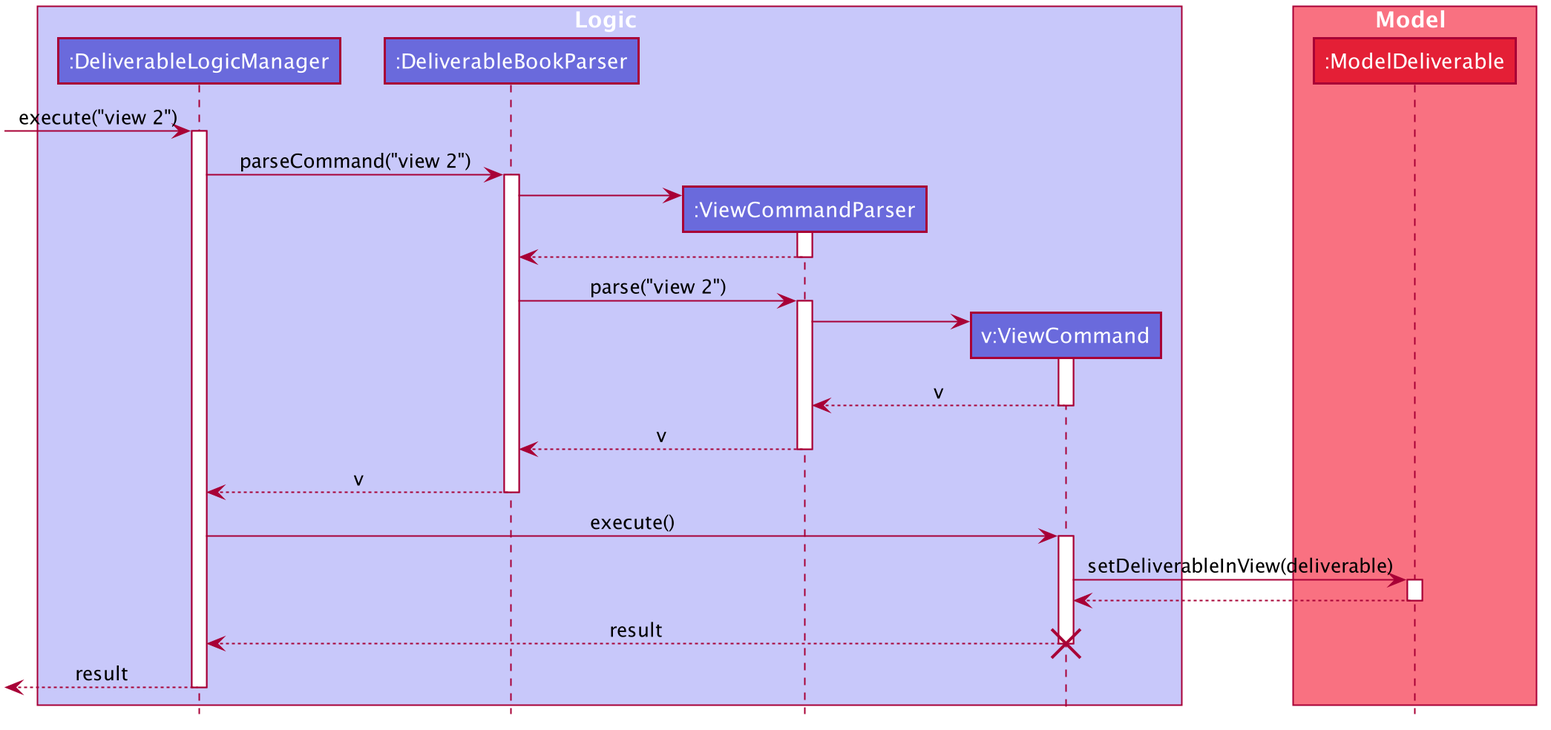
Earlier version of the PlantUML export docs/images/ViewCommandSequenceDiagram.png (shadowezz/Productiv).
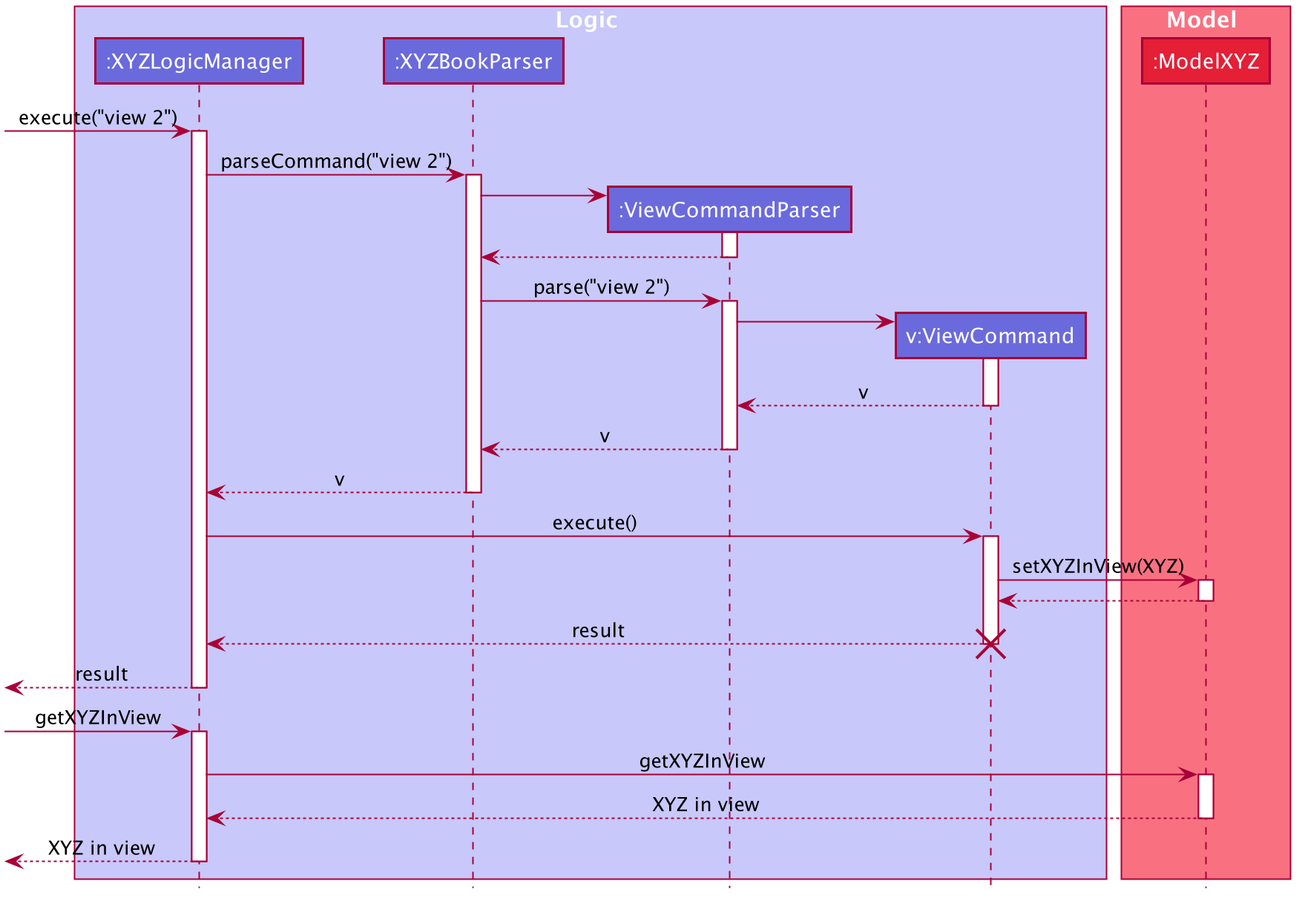
After the commit.

Commit message:
Add implementation of view and done in DG.

What changed in the source:
```diff
@@ -49,30 +49,30 @@
 hide circle
 
 box Logic #C8C8FA
-participant ":DeliverableLogicManager" as DeliverableLogicManager #6A6ADC
-participant ":DeliverableBookParser" as DeliverableBookParser #6A6ADC
+participant ":XYZLogicManager" as XYZLogicManager #6A6ADC
+participant ":XYZBookParser" as XYZBookParser #6A6ADC
 participant ":ViewCommandParser" as ViewCommandParser #6A6ADC
 participant "v:ViewCommand" as ViewCommand #6A6ADC
 end box
 
 box Model #F97181
-participant ":ModelDeliverable" as ModelDeliverable #E41F36
+participant ":ModelXYZ" as ModelXYZ #E41F36
 end box
 
-[-> DeliverableLogicManager : execute("view 2")
-activate DeliverableLogicManager
+[-> XYZLogicManager : execute("view 2")
+activate XYZLogicManager
 
-DeliverableLogicManager -> DeliverableBookParser : parseCommand("view 2")
-activate DeliverableBookParser
+XYZLogicManager -> XYZBookParser : parseCommand("view 2")
+activate XYZBookParser
 
 create ViewCommandParser
-DeliverableBookParser -> ViewCommandParser
+XYZBookParser -> ViewCommandParser
 activate ViewCommandParser
 
-ViewCommandParser --> DeliverableBookParser
+ViewCommandParser --> XYZBookParser
 deactivate ViewCommandParser
 
-DeliverableBookParser -> ViewCommandParser : parse("view 2")
+XYZBookParser -> ViewCommandParser : parse("view 2")
 activate ViewCommandParser
 
 create ViewCommand
@@ -82,26 +82,37 @@
 ViewCommand --> ViewCommandParser : v
 deactivate ViewCommand
 
-ViewCommandParser --> DeliverableBookParser : v
+ViewCommandParser --> XYZBookParser : v
 deactivate ViewCommandParser
 
-DeliverableBookParser --> DeliverableLogicManager : v
-deactivate DeliverableBookParser
+XYZBookParser --> XYZLogicManager : v
+deactivate XYZBookParser
 
-DeliverableLogicManager -> ViewCommand : execute()
+XYZLogicManager -> ViewCommand : execute()
 activate ViewCommand
 
-ViewCommand -> ModelDeliverable : setDeliverableInView(deliverable)
-activate ModelDeliverable
+ViewCommand -> ModelXYZ : setXYZInView(XYZ)
+activate ModelXYZ
 
-ModelDeliverable --> ViewCommand
-deactivate ModelDeliverable
+ModelXYZ --> ViewCommand
+deactivate ModelXYZ
 
-ViewCommand --> DeliverableLogicManager : result
+ViewCommand --> XYZLogicManager : result
 deactivate ViewCommand
 destroy ViewCommand
 
-[<-- DeliverableLogicManager : result
-deactivate DeliverableLogicManager
+[<-- XYZLogicManager : result
+deactivate XYZLogicManager
 
+[-> XYZLogicManager : getXYZInView
+activate XYZLogicManager
+
+XYZLogicManager -> ModelXYZ : getXYZInView
+activate ModelXYZ
+
+ModelXYZ --> XYZLogicManager : XYZ in view
+deactivate ModelXYZ
+
+[<-- XYZLogicManager : XYZ in view
+deactivate XYZLogicManager
 @enduml
```
